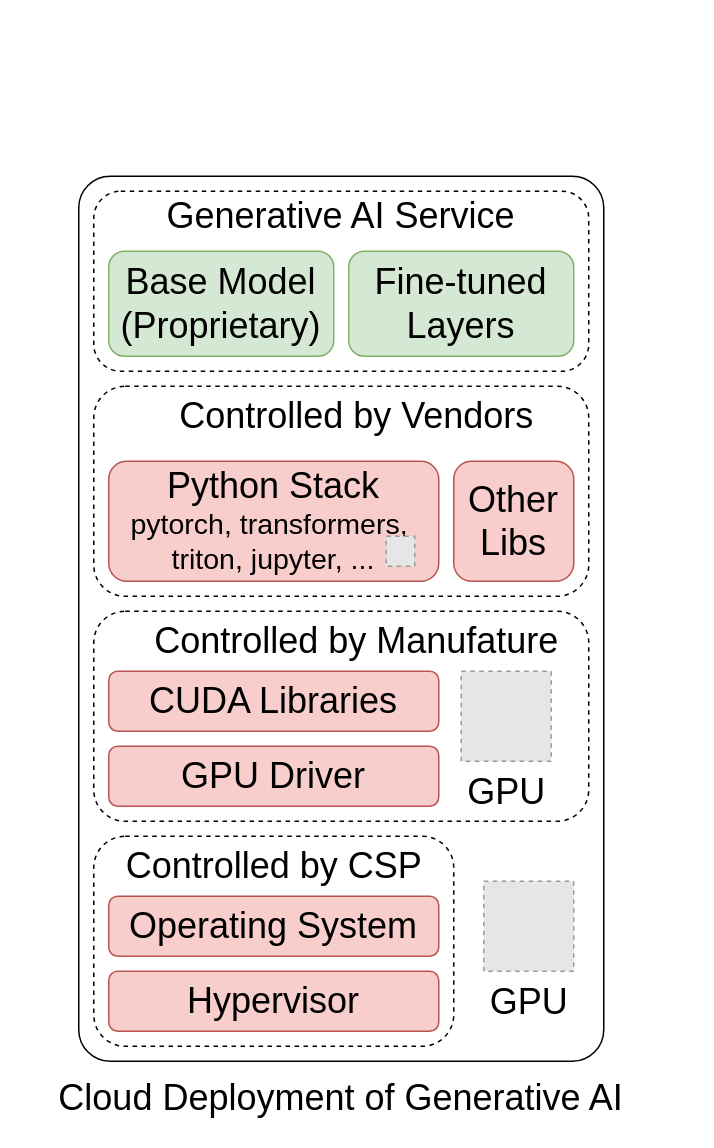
The draw.io diagram ConfidentialComputing/confAI_current.drawio in ya0guang/researches, before the edit. Source tidied: cells renumbered, new cells numbered last; positions are measured from the earlier drawing's top-left corner, leaving out a move shared by most shapes. Both pictures are drawn from the tidied source at 150%, with x=0, y=0 at pixel (56, 176). Pictures stored in the file or linked from it are replaced by grey dashed boxes.
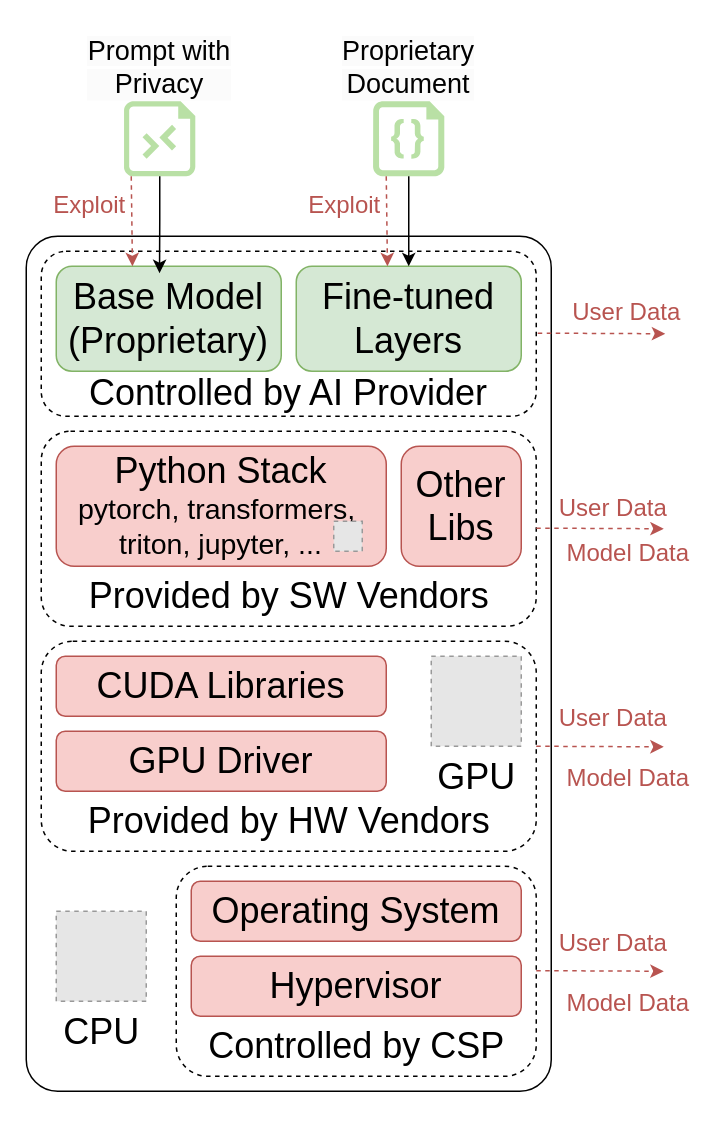
Above is the later version.

Change to the diagram source:
```diff
@@
+    <mxCell id="10" style="rounded=1;whiteSpace=wrap;html=1;fillColor=none;dashed=1;" parent="1" vertex="1">
+      <mxGeometry x="80" y="460" width="240" height="140" as="geometry" />
+    </mxCell>
+    <mxCell id="12" style="rounded=1;whiteSpace=wrap;html=1;fillColor=none;dashed=1;" parent="1" vertex="1">
+      <mxGeometry x="-10" y="310" width="330" height="140" as="geometry" />
+    </mxCell>
+    <mxCell id="15" style="rounded=1;whiteSpace=wrap;html=1;fillColor=none;dashed=1;" parent="1" vertex="1">
+      <mxGeometry x="-10" y="170" width="330" height="130" as="geometry" />
+    </mxCell>
     <mxCell id="2" style="rounded=1;whiteSpace=wrap;html=1;fillColor=none;arcSize=6;" parent="1" vertex="1">
-      <mxGeometry x="15" width="350" height="590" as="geometry" />
+      <mxGeometry x="-20" y="40" width="350" height="570" as="geometry" />
     </mxCell>
-    <mxCell id="3" value="&lt;font style=&quot;font-size: 24px;&quot;&gt;Cloud Deployment of Generative AI&lt;/font&gt;" style="text;html=1;align=center;verticalAlign=middle;whiteSpace=wrap;rounded=0;" parent="1" vertex="1">
-      <mxGeometry y="600" width="380" height="30" as="geometry" />
+    <mxCell id="3" value="&lt;font style=&quot;font-size: 24px;&quot;&gt;Controlled by AI Provider&lt;/font&gt;" style="text;html=1;align=center;verticalAlign=middle;whiteSpace=wrap;rounded=0;" parent="1" vertex="1">
+      <mxGeometry x="20" y="130" width="270" height="30" as="geometry" />
     </mxCell>
     <mxCell id="4" value="&lt;font style=&quot;font-size: 24px;&quot;&gt;Hypervisor&lt;/font&gt;" style="rounded=1;whiteSpace=wrap;html=1;fillColor=#f8cecc;strokeColor=#b85450;" parent="1" vertex="1">
-      <mxGeometry x="35" y="530" width="220" height="40" as="geometry" />
+      <mxGeometry x="90" y="520" width="220" height="40" as="geometry" />
     </mxCell>
     <mxCell id="5" value="&lt;font style=&quot;font-size: 24px;&quot;&gt;Operating System&lt;/font&gt;" style="rounded=1;whiteSpace=wrap;html=1;fillColor=#f8cecc;strokeColor=#b85450;" parent="1" vertex="1">
-      <mxGeometry x="35" y="480" width="220" height="40" as="geometry" />
+      <mxGeometry x="90" y="470" width="220" height="40" as="geometry" />
     </mxCell>
     <mxCell id="6" value="&lt;span style=&quot;font-size: 24px;&quot;&gt;GPU Driver&lt;/span&gt;" style="rounded=1;whiteSpace=wrap;html=1;fillColor=#f8cecc;strokeColor=#b85450;" parent="1" vertex="1">
-      <mxGeometry x="35" y="380" width="220" height="40" as="geometry" />
+      <mxGeometry y="370" width="220" height="40" as="geometry" />
     </mxCell>
     <mxCell id="7" value="&lt;span style=&quot;font-size: 24px;&quot;&gt;CUDA Libraries&lt;/span&gt;" style="rounded=1;whiteSpace=wrap;html=1;fillColor=#f8cecc;strokeColor=#b85450;" parent="1" vertex="1">
-      <mxGeometry x="35" y="330" width="220" height="40" as="geometry" />
+      <mxGeometry y="320" width="220" height="40" as="geometry" />
     </mxCell>
     <mxCell id="8" value="&lt;span style=&quot;font-size: 24px;&quot;&gt;Python Stack&lt;/span&gt;&lt;br&gt;&lt;font style=&quot;font-size: 19px;&quot;&gt;pytorch, transformers,&amp;nbsp;&lt;/font&gt;&lt;div&gt;&lt;font style=&quot;font-size: 19px;&quot;&gt;triton, jupyter, ...&lt;/font&gt;&lt;/div&gt;" style="rounded=1;whiteSpace=wrap;html=1;fillColor=#f8cecc;strokeColor=#b85450;" parent="1" vertex="1">
-      <mxGeometry x="35" y="190" width="220" height="80" as="geometry" />
+      <mxGeometry y="180" width="220" height="80" as="geometry" />
     </mxCell>
-    <mxCell id="9" value="&lt;span style=&quot;font-size: 24px;&quot;&gt;Generative AI Service&lt;/span&gt;&lt;div&gt;&lt;span style=&quot;font-size: 24px;&quot;&gt;&lt;br&gt;&lt;/span&gt;&lt;/div&gt;&lt;div&gt;&lt;span style=&quot;font-size: 24px;&quot;&gt;&lt;br&gt;&lt;/span&gt;&lt;/div&gt;&lt;div&gt;&lt;span style=&quot;font-size: 24px;&quot;&gt;&lt;br&gt;&lt;/span&gt;&lt;/div&gt;" style="rounded=1;whiteSpace=wrap;html=1;fillColor=none;dashed=1;" parent="1" vertex="1">
-      <mxGeometry x="25" y="10" width="330" height="120" as="geometry" />
+    <mxCell id="9" style="rounded=1;whiteSpace=wrap;html=1;fillColor=none;dashed=1;" parent="1" vertex="1">
+      <mxGeometry x="-10" y="50" width="330" height="110" as="geometry" />
     </mxCell>
-    <mxCell id="10" style="rounded=1;whiteSpace=wrap;html=1;fillColor=none;dashed=1;" parent="1" vertex="1">
-      <mxGeometry x="25" y="440" width="240" height="140" as="geometry" />
-    </mxCell>
     <mxCell id="11" value="&lt;font style=&quot;font-size: 24px;&quot;&gt;Controlled by CSP&lt;/font&gt;" style="text;html=1;align=center;verticalAlign=middle;strokeColor=none;fillColor=none;" parent="1" vertex="1">
-      <mxGeometry x="35" y="440" width="220" height="40" as="geometry" />
+      <mxGeometry x="90" y="560" width="220" height="40" as="geometry" />
     </mxCell>
-    <mxCell id="12" style="rounded=1;whiteSpace=wrap;html=1;fillColor=none;dashed=1;" parent="1" vertex="1">
-      <mxGeometry x="25" y="290" width="330" height="140" as="geometry" />
-    </mxCell>
-    <mxCell id="13" value="&lt;font style=&quot;font-size: 24px;&quot;&gt;Controlled by Manufature&lt;/font&gt;" style="text;html=1;align=center;verticalAlign=middle;strokeColor=none;fillColor=none;" parent="1" vertex="1">
-      <mxGeometry x="55" y="290" width="290" height="40" as="geometry" />
+    <mxCell id="13" value="&lt;font style=&quot;font-size: 24px;&quot;&gt;Provided by HW Vendors&lt;/font&gt;" style="text;html=1;align=center;verticalAlign=middle;strokeColor=none;fillColor=none;" parent="1" vertex="1">
+      <mxGeometry x="10" y="410" width="290" height="40" as="geometry" />
     </mxCell>
     <mxCell id="14" value="&lt;font style=&quot;font-size: 24px;&quot;&gt;GPU&lt;/font&gt;" style="fillColor=#E6E6E6;strokeColor=#999999;dashed=1;html=1;verticalLabelPosition=bottom;labelBackgroundColor=#ffffff;verticalAlign=top;" parent="1" vertex="1">
-      <mxGeometry x="270" y="330" width="60" height="60" as="geometry" />
+      <mxGeometry x="250" y="320" width="60" height="60" as="geometry" />
     </mxCell>
-    <mxCell id="15" style="rounded=1;whiteSpace=wrap;html=1;fillColor=none;dashed=1;" parent="1" vertex="1">
-      <mxGeometry x="25" y="140" width="330" height="140" as="geometry" />
-    </mxCell>
-    <mxCell id="16" value="&lt;font style=&quot;font-size: 24px;&quot;&gt;GPU&lt;/font&gt;" style="fillColor=#E6E6E6;strokeColor=#999999;dashed=1;html=1;verticalLabelPosition=bottom;labelBackgroundColor=#ffffff;verticalAlign=top;" parent="1" vertex="1">
-      <mxGeometry x="285" y="470" width="60" height="60" as="geometry" />
+    <mxCell id="16" value="&lt;font style=&quot;font-size: 24px;&quot;&gt;CPU&lt;/font&gt;" style="fillColor=#E6E6E6;strokeColor=#999999;dashed=1;html=1;verticalLabelPosition=bottom;labelBackgroundColor=#ffffff;verticalAlign=top;" parent="1" vertex="1">
+      <mxGeometry y="490" width="60" height="60" as="geometry" />
     </mxCell>
-    <mxCell id="17" value="&lt;font style=&quot;font-size: 24px;&quot;&gt;Controlled by Vendors&lt;/font&gt;" style="text;html=1;align=center;verticalAlign=middle;strokeColor=none;fillColor=none;" parent="1" vertex="1">
-      <mxGeometry x="70" y="140" width="260" height="40" as="geometry" />
+    <mxCell id="17" value="&lt;font style=&quot;font-size: 24px;&quot;&gt;Provided by SW Vendors&lt;/font&gt;" style="text;html=1;align=center;verticalAlign=middle;strokeColor=none;fillColor=none;" parent="1" vertex="1">
+      <mxGeometry x="10" y="260" width="290" height="40" as="geometry" />
     </mxCell>
     <mxCell id="18" value="&lt;span style=&quot;font-size: 24px;&quot;&gt;Other&lt;/span&gt;&lt;div&gt;&lt;span style=&quot;font-size: 24px;&quot;&gt;Libs&lt;/span&gt;&lt;/div&gt;" style="rounded=1;whiteSpace=wrap;html=1;fillColor=#f8cecc;strokeColor=#b85450;" parent="1" vertex="1">
-      <mxGeometry x="265" y="190" width="80" height="80" as="geometry" />
+      <mxGeometry x="230" y="180" width="80" height="80" as="geometry" />
     </mxCell>
     <mxCell id="19" value="&lt;span style=&quot;font-size: 24px;&quot;&gt;Base&amp;nbsp;&lt;/span&gt;&lt;span style=&quot;font-size: 24px; background-color: initial;&quot;&gt;Model&lt;/span&gt;&lt;div&gt;&lt;span style=&quot;background-color: initial;&quot;&gt;&lt;span style=&quot;font-size: 24px;&quot;&gt;(Proprietary)&lt;/span&gt;&lt;/span&gt;&lt;/div&gt;" style="rounded=1;whiteSpace=wrap;html=1;fillColor=#d5e8d4;strokeColor=#82b366;" parent="1" vertex="1">
-      <mxGeometry x="35" y="50" width="150" height="70" as="geometry" />
+      <mxGeometry y="60" width="150" height="70" as="geometry" />
     </mxCell>
+    <mxCell id="22" style="rounded=0;orthogonalLoop=1;jettySize=auto;html=1;dashed=1;fillColor=#f8cecc;strokeColor=#b85450;" parent="1" edge="1">
+      <mxGeometry relative="1" as="geometry">
+        <mxPoint x="321" y="104.6" as="sourcePoint" />
+        <mxPoint x="406" y="105" as="targetPoint" />
+      </mxGeometry>
+    </mxCell>
+    <mxCell id="23" value="&lt;font style=&quot;font-size: 16px;&quot;&gt;User Data&lt;/font&gt;" style="edgeLabel;html=1;align=center;verticalAlign=middle;fontColor=#B85450;" parent="22" vertex="1">
+      <mxGeometry x="-0.29" relative="1" as="geometry">
+        <mxPoint x="29" y="-15" as="offset" />
+      </mxGeometry>
+    </mxCell>
     <mxCell id="20" value="&lt;span style=&quot;font-size: 24px;&quot;&gt;Fine-tuned&lt;br&gt;Layers&lt;/span&gt;" style="rounded=1;whiteSpace=wrap;html=1;fillColor=#d5e8d4;strokeColor=#82b366;" parent="1" vertex="1">
-      <mxGeometry x="195" y="50" width="150" height="70" as="geometry" />
+      <mxGeometry x="160" y="60" width="150" height="70" as="geometry" />
     </mxCell>
     <mxCell id="21" style="fillColor=#E6E6E6;strokeColor=#999999;dashed=1;html=1;verticalLabelPosition=bottom;labelBackgroundColor=#ffffff;verticalAlign=top;fontColor=default;" parent="1" vertex="1">
-      <mxGeometry x="220" y="240" width="19" height="20" as="geometry" />
+      <mxGeometry x="185" y="230" width="19" height="20" as="geometry" />
     </mxCell>
+    <mxCell id="24" style="group;" parent="1" vertex="1">
+      <mxGeometry x="19" y="-100" width="100" height="100" as="geometry" />
+    </mxCell>
+    <mxCell id="25" style="verticalLabelPosition=bottom;html=1;verticalAlign=top;align=center;strokeColor=none;fillColor=#B9E0A5;shape=mxgraph.azure.rdp_remoting_file;" parent="24" vertex="1">
+      <mxGeometry x="26.2" y="50" width="47.5" height="50" as="geometry" />
+    </mxCell>
+    <mxCell id="26" value="&lt;span style=&quot;color: rgb(0, 0, 0); font-family: Helvetica; font-style: normal; font-variant-ligatures: normal; font-variant-caps: normal; font-weight: 400; letter-spacing: normal; orphans: 2; text-indent: 0px; text-transform: none; widows: 2; word-spacing: 0px; -webkit-text-stroke-width: 0px; white-space: nowrap; background-color: rgb(251, 251, 251); text-decoration-thickness: initial; text-decoration-style: initial; text-decoration-color: initial; float: none; display: inline !important; font-size: 18px;&quot;&gt;&lt;font style=&quot;font-size: 18px;&quot;&gt;Prompt with&lt;/font&gt;&lt;/span&gt;&lt;div style=&quot;forced-color-adjust: none; color: rgb(0, 0, 0); font-family: Helvetica; font-style: normal; font-variant-ligatures: normal; font-variant-caps: normal; font-weight: 400; letter-spacing: normal; orphans: 2; text-indent: 0px; text-transform: none; widows: 2; word-spacing: 0px; -webkit-text-stroke-width: 0px; white-space: nowrap; background-color: rgb(251, 251, 251); text-decoration-thickness: initial; text-decoration-style: initial; text-decoration-color: initial; font-size: 18px;&quot;&gt;&lt;font style=&quot;font-size: 18px;&quot;&gt;Privacy&lt;/font&gt;&lt;/div&gt;" style="text;whiteSpace=wrap;html=1;align=center;" parent="24" vertex="1">
+      <mxGeometry width="100" height="50" as="geometry" />
+    </mxCell>
+    <mxCell id="27" style="group;" parent="1" vertex="1">
+      <mxGeometry x="190" y="-100" width="90" height="100" as="geometry" />
+    </mxCell>
+    <mxCell id="28" style="verticalLabelPosition=bottom;html=1;verticalAlign=top;align=center;strokeColor=none;fillColor=#B9E0A5;shape=mxgraph.azure.code_file;" parent="27" vertex="1">
+      <mxGeometry x="21.2" y="50" width="47.5" height="50" as="geometry" />
+    </mxCell>
+    <mxCell id="29" value="&lt;span style=&quot;color: rgb(0, 0, 0); font-family: Helvetica; font-style: normal; font-variant-ligatures: normal; font-variant-caps: normal; font-weight: 400; letter-spacing: normal; orphans: 2; text-indent: 0px; text-transform: none; widows: 2; word-spacing: 0px; -webkit-text-stroke-width: 0px; white-space: nowrap; background-color: rgb(251, 251, 251); text-decoration-thickness: initial; text-decoration-style: initial; text-decoration-color: initial; float: none; display: inline !important; font-size: 18px;&quot;&gt;&lt;font style=&quot;font-size: 18px;&quot;&gt;Proprietary&lt;/font&gt;&lt;/span&gt;&lt;div style=&quot;forced-color-adjust: none; color: rgb(0, 0, 0); font-family: Helvetica; font-style: normal; font-variant-ligatures: normal; font-variant-caps: normal; font-weight: 400; letter-spacing: normal; orphans: 2; text-indent: 0px; text-transform: none; widows: 2; word-spacing: 0px; -webkit-text-stroke-width: 0px; white-space: nowrap; background-color: rgb(251, 251, 251); text-decoration-thickness: initial; text-decoration-style: initial; text-decoration-color: initial; font-size: 18px;&quot;&gt;&lt;font style=&quot;font-size: 18px;&quot;&gt;Document&lt;/font&gt;&lt;/div&gt;" style="text;whiteSpace=wrap;html=1;align=center;" parent="27" vertex="1">
+      <mxGeometry width="90" height="50" as="geometry" />
+    </mxCell>
+    <mxCell id="30" style="edgeStyle=orthogonalEdgeStyle;rounded=0;jettySize=auto;html=1;entryX=0.459;entryY=0.066;entryDx=0;entryDy=0;entryPerimeter=0;" parent="1" edge="1" source="25" target="19">
+      <mxGeometry relative="1" as="geometry" />
+    </mxCell>
+    <mxCell id="31" style="edgeStyle=orthogonalEdgeStyle;rounded=0;jettySize=auto;html=1;" parent="1" edge="1" source="28" target="20">
+      <mxGeometry relative="1" as="geometry" />
+    </mxCell>
+    <mxCell id="32" style="rounded=0;orthogonalLoop=1;jettySize=auto;html=1;dashed=1;fillColor=#f8cecc;strokeColor=#b85450;" parent="1" edge="1">
+      <mxGeometry relative="1" as="geometry">
+        <mxPoint x="320" y="234.6" as="sourcePoint" />
+        <mxPoint x="405" y="235" as="targetPoint" />
+      </mxGeometry>
+    </mxCell>
+    <mxCell id="33" style="rounded=0;orthogonalLoop=1;jettySize=auto;html=1;dashed=1;fillColor=#f8cecc;strokeColor=#b85450;" parent="1" edge="1">
+      <mxGeometry relative="1" as="geometry">
+        <mxPoint x="320" y="380" as="sourcePoint" />
+        <mxPoint x="405" y="380.4" as="targetPoint" />
+      </mxGeometry>
+    </mxCell>
+    <mxCell id="34" style="rounded=0;orthogonalLoop=1;jettySize=auto;html=1;dashed=1;fillColor=#f8cecc;strokeColor=#b85450;" parent="1" edge="1">
+      <mxGeometry relative="1" as="geometry">
+        <mxPoint x="320" y="529.6" as="sourcePoint" />
+        <mxPoint x="405" y="530" as="targetPoint" />
+      </mxGeometry>
+    </mxCell>
+    <mxCell id="35" value="&lt;font style=&quot;font-size: 16px;&quot;&gt;User Data&lt;/font&gt;" style="edgeLabel;html=1;align=center;verticalAlign=middle;fontColor=#B85450;" parent="1" vertex="1">
+      <mxGeometry x="370" y="220" as="geometry" />
+    </mxCell>
+    <mxCell id="36" value="&lt;font style=&quot;font-size: 16px;&quot;&gt;User Data&lt;/font&gt;" style="edgeLabel;html=1;align=center;verticalAlign=middle;fontColor=#B85450;" parent="1" vertex="1">
+      <mxGeometry x="370" y="360" as="geometry" />
+    </mxCell>
+    <mxCell id="37" value="&lt;font style=&quot;font-size: 16px;&quot;&gt;User Data&lt;/font&gt;" style="edgeLabel;html=1;align=center;verticalAlign=middle;fontColor=#B85450;" parent="1" vertex="1">
+      <mxGeometry x="370" y="510" as="geometry" />
+    </mxCell>
+    <mxCell id="38" value="&lt;font style=&quot;font-size: 16px;&quot;&gt;Model Data&lt;/font&gt;" style="edgeLabel;html=1;align=center;verticalAlign=middle;fontColor=#B85450;" parent="1" vertex="1">
+      <mxGeometry x="380" y="250" as="geometry" />
+    </mxCell>
+    <mxCell id="39" value="&lt;font style=&quot;font-size: 16px;&quot;&gt;Model Data&lt;/font&gt;" style="edgeLabel;html=1;align=center;verticalAlign=middle;fontColor=#B85450;" parent="1" vertex="1">
+      <mxGeometry x="380" y="400" as="geometry" />
+    </mxCell>
+    <mxCell id="40" value="&lt;font style=&quot;font-size: 16px;&quot;&gt;Model Data&lt;/font&gt;" style="edgeLabel;html=1;align=center;verticalAlign=middle;fontColor=#B85450;" parent="1" vertex="1">
+      <mxGeometry x="380" y="550" as="geometry" />
+    </mxCell>
+    <mxCell id="41" style="rounded=0;orthogonalLoop=1;jettySize=auto;html=1;dashed=1;fillColor=#f8cecc;strokeColor=#b85450;" parent="1" edge="1">
+      <mxGeometry relative="1" as="geometry">
+        <mxPoint x="50" as="sourcePoint" />
+        <mxPoint x="50.8" y="60" as="targetPoint" />
+      </mxGeometry>
+    </mxCell>
+    <mxCell id="42" value="&lt;span style=&quot;font-size: 16px;&quot;&gt;Exploit&lt;/span&gt;" style="edgeLabel;html=1;align=center;verticalAlign=middle;fontColor=#B85450;" parent="41" vertex="1">
+      <mxGeometry x="-0.29" relative="1" as="geometry">
+        <mxPoint x="-29" y="-2" as="offset" />
+      </mxGeometry>
+    </mxCell>
+    <mxCell id="43" style="rounded=0;orthogonalLoop=1;jettySize=auto;html=1;dashed=1;fillColor=#f8cecc;strokeColor=#b85450;" parent="1" edge="1">
+      <mxGeometry relative="1" as="geometry">
+        <mxPoint x="220" as="sourcePoint" />
+        <mxPoint x="220.8" y="60" as="targetPoint" />
+      </mxGeometry>
+    </mxCell>
+    <mxCell id="44" value="&lt;span style=&quot;font-size: 16px;&quot;&gt;Exploit&lt;/span&gt;" style="edgeLabel;html=1;align=center;verticalAlign=middle;fontColor=#B85450;" parent="43" vertex="1">
+      <mxGeometry x="-0.29" relative="1" as="geometry">
+        <mxPoint x="-29" y="-2" as="offset" />
+      </mxGeometry>
+    </mxCell>
```
